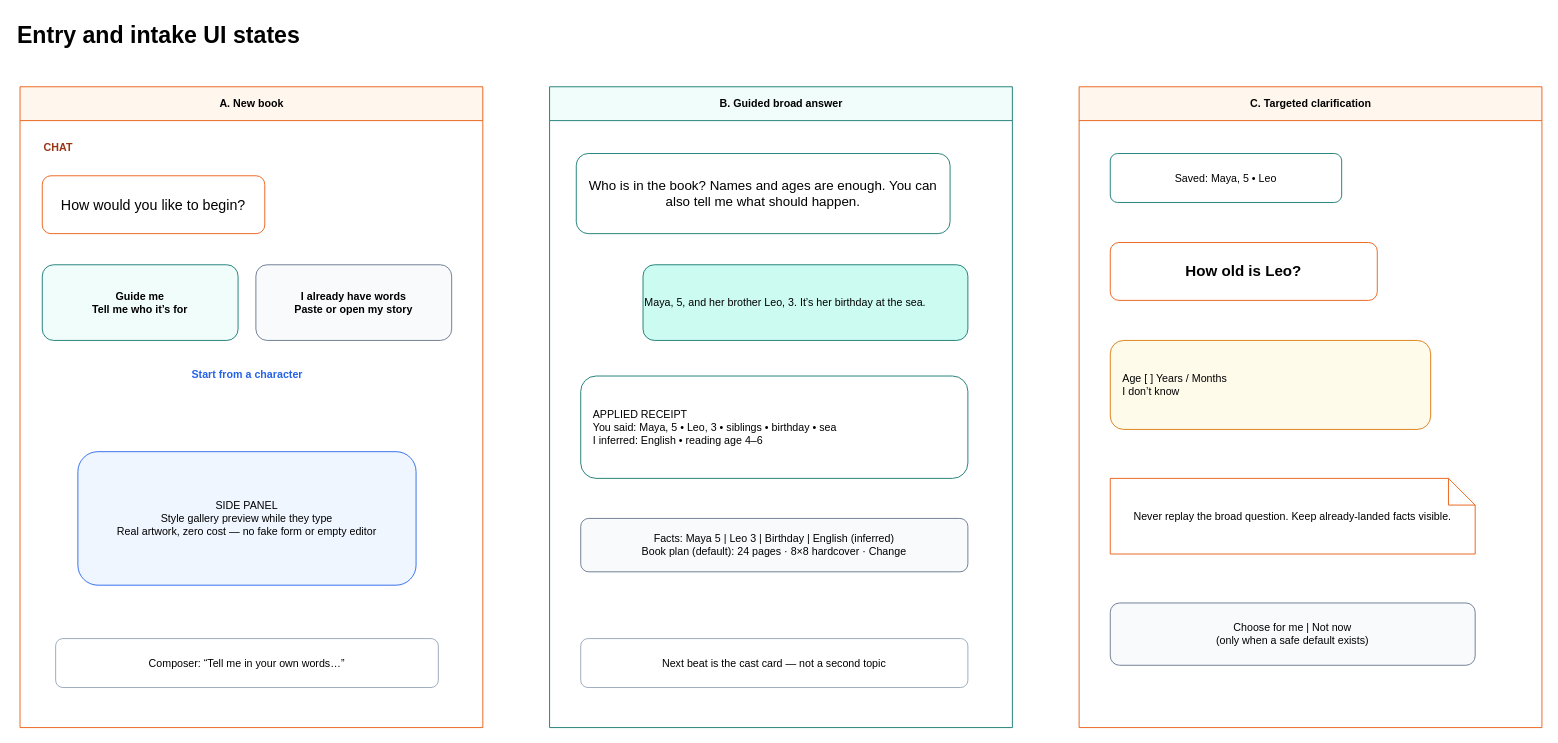
Above: page "1. Entry and intake states" (2 of 12) of docs/STUDIO-GUIDE-UI-STATES.drawio in HutzelFutzel/childbooks (draw.io), before the change. Source tidied: cells renumbered, new cells numbered last; positions are measured from the earlier drawing's top-left corner, leaving out a move shared by most shapes. Both pictures are drawn from the tidied source at 89%, with x=0, y=0 at pixel (15, 15).
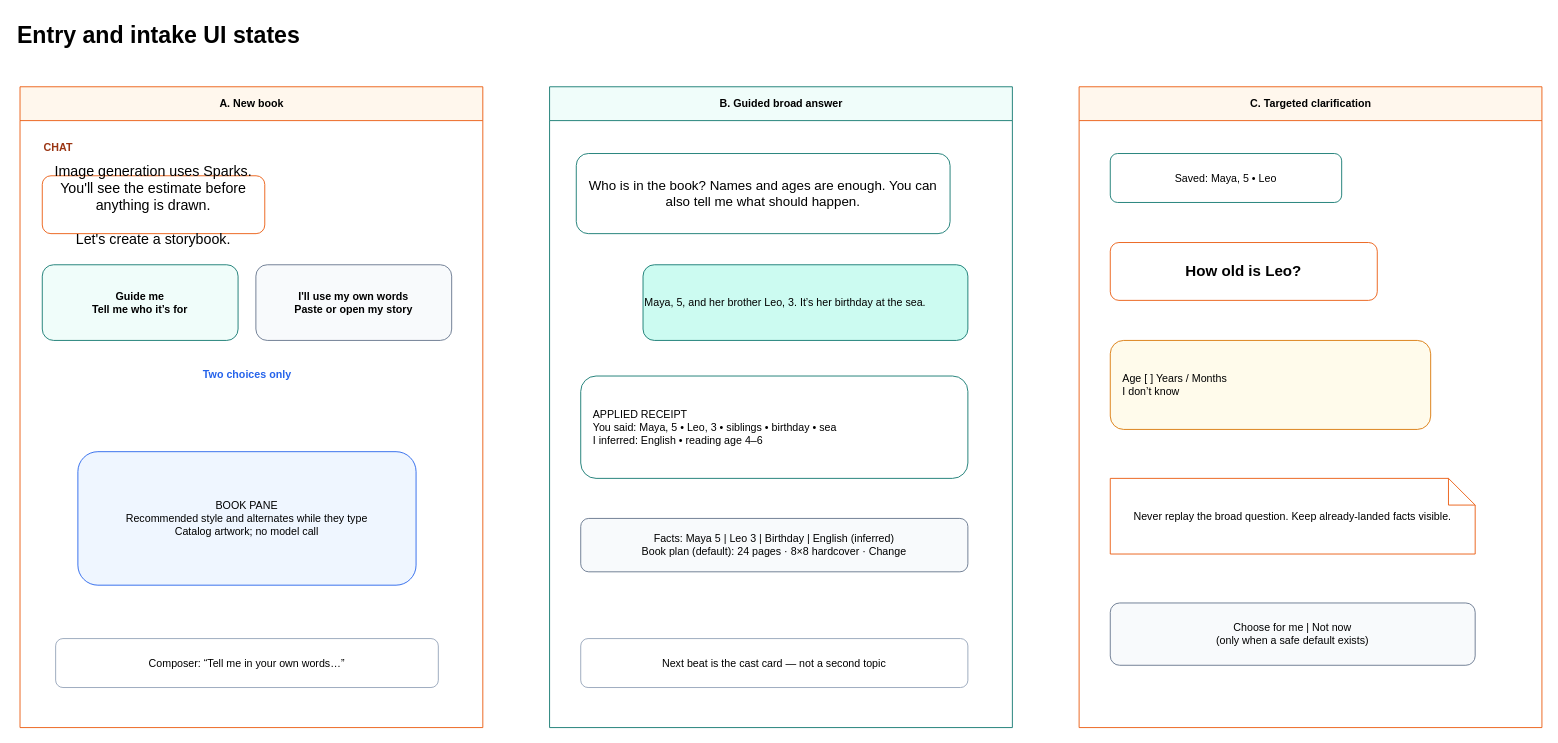
The same page after the edit.

Unchanged cells that the change refers to:
```xml
<mxCell id="3" value="A. New book" style="swimlane;html=1;startSize=38;fillColor=#FFF7ED;strokeColor=#EA580C;fontStyle=1;" parent="1" vertex="1">
  <mxGeometry x="5" y="80" width="520" height="720" as="geometry" />
</mxCell>
```

Change to the diagram source:
```diff
@@
-    <mxCell id="5" value="How would you like to begin?" style="rounded=1;whiteSpace=wrap;html=1;fillColor=#FFFFFF;strokeColor=#EA580C;fontSize=16;" parent="3" vertex="1">
+    <mxCell id="5" value="Image generation uses Sparks. You'll see the estimate before anything is drawn.&#10;&#10;Let's create a storybook." style="rounded=1;whiteSpace=wrap;html=1;fillColor=#FFFFFF;strokeColor=#EA580C;fontSize=16;" parent="3" vertex="1">
       <mxGeometry x="25" y="100" width="250" height="65" as="geometry" />
     </mxCell>
@@
-    <mxCell id="7" value="I already have words&#10;Paste or open my story" style="rounded=1;whiteSpace=wrap;html=1;fillColor=#F8FAFC;strokeColor=#64748B;fontStyle=1;" parent="3" vertex="1">
+    <mxCell id="7" value="I'll use my own words&#10;Paste or open my story" style="rounded=1;whiteSpace=wrap;html=1;fillColor=#F8FAFC;strokeColor=#64748B;fontStyle=1;" parent="3" vertex="1">
       <mxGeometry x="265" y="200" width="220" height="85" as="geometry" />
     </mxCell>
-    <mxCell id="8" value="Start from a character" style="text;html=1;fontColor=#2563EB;fontStyle=1;align=center;" parent="3" vertex="1">
+    <mxCell id="8" value="Two choices only" style="text;html=1;fontColor=#2563EB;fontStyle=1;align=center;" parent="3" vertex="1">
       <mxGeometry x="145" y="310" width="220" height="35" as="geometry" />
     </mxCell>
-    <mxCell id="9" value="SIDE PANEL&#10;Style gallery preview while they type&#10;Real artwork, zero cost — no fake form or empty editor" style="rounded=1;whiteSpace=wrap;html=1;fillColor=#EFF6FF;strokeColor=#2563EB;" parent="3" vertex="1">
+    <mxCell id="9" value="BOOK PANE&#10;Recommended style and alternates while they type&#10;Catalog artwork; no model call" style="rounded=1;whiteSpace=wrap;html=1;fillColor=#EFF6FF;strokeColor=#2563EB;" parent="3" vertex="1">
       <mxGeometry x="65" y="410" width="380" height="150" as="geometry" />
     </mxCell>
```
